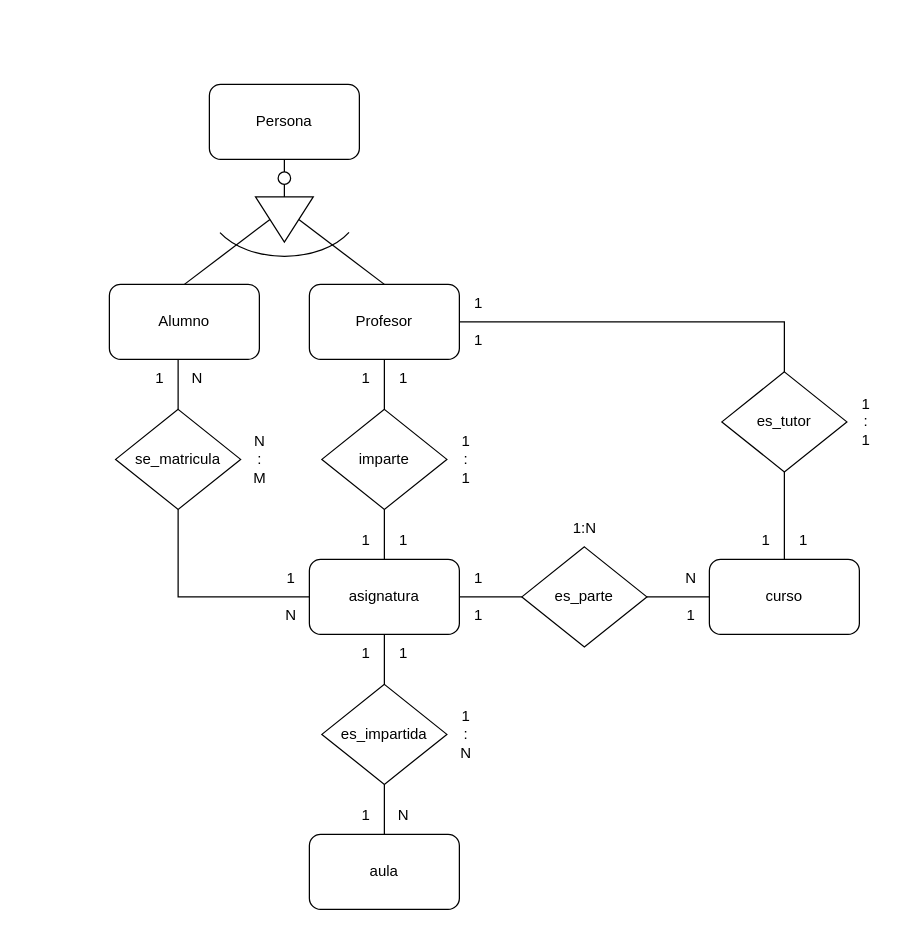
Before: auxiliatura/primerParcial/E3_Centro_de_Enseñanza.drawio in Abigail08082001/diagramasBasedeDatos, a draw.io diagram. Source tidied: cells renumbered, new cells numbered last; positions are measured from the earlier drawing's top-left corner, leaving out a move shared by most shapes. Both pictures are drawn from the tidied source at 125%, with x=0, y=0 at pixel (109, 84).
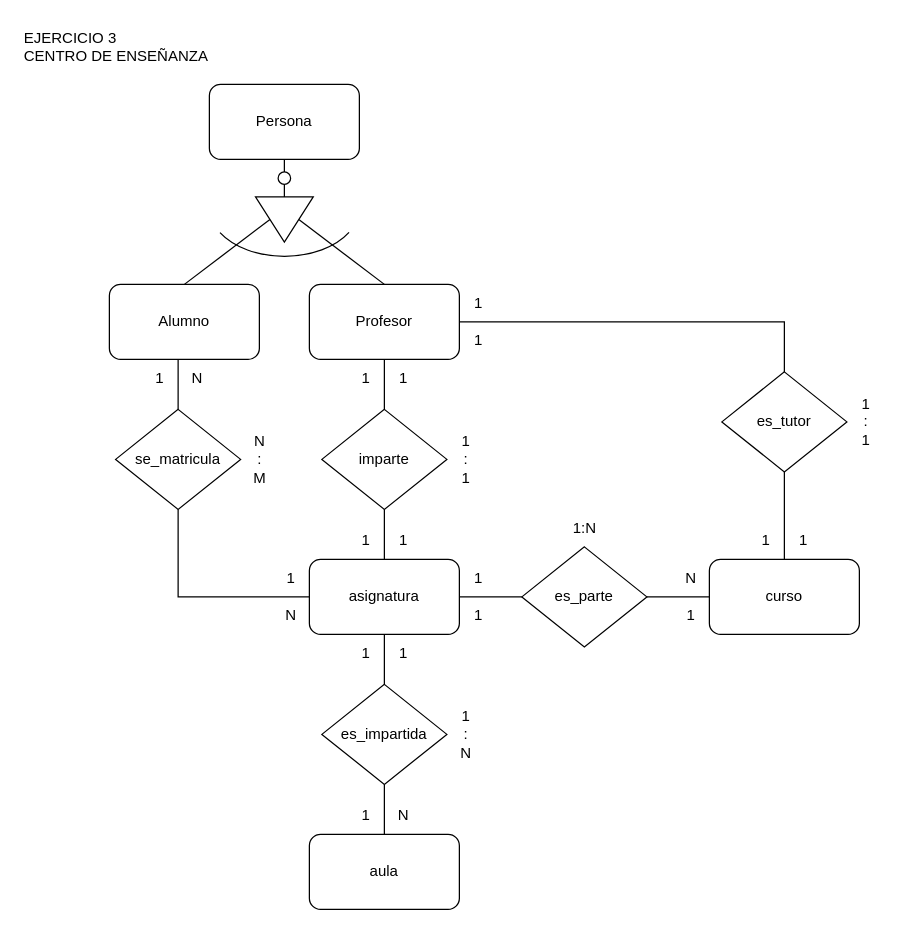
The same diagram, later.

Change to the diagram source:
```diff
@@
+    <mxCell id="54" value="&lt;div align=&quot;left&quot; title=&quot;Page 1&quot; class=&quot;page&quot;&gt;&lt;div class=&quot;layoutArea&quot;&gt;&lt;div class=&quot;column&quot;&gt;EJERCICIO 3&lt;br&gt;CENTRO DE ENSEÑANZA &lt;br&gt;&lt;/div&gt;&lt;/div&gt;&lt;/div&gt;" style="text;html=1;align=left;verticalAlign=middle;strokeColor=none;fillColor=none;" parent="1" vertex="1">
+      <mxGeometry x="-70" y="-50" width="170" height="40" as="geometry" />
+    </mxCell>
```
